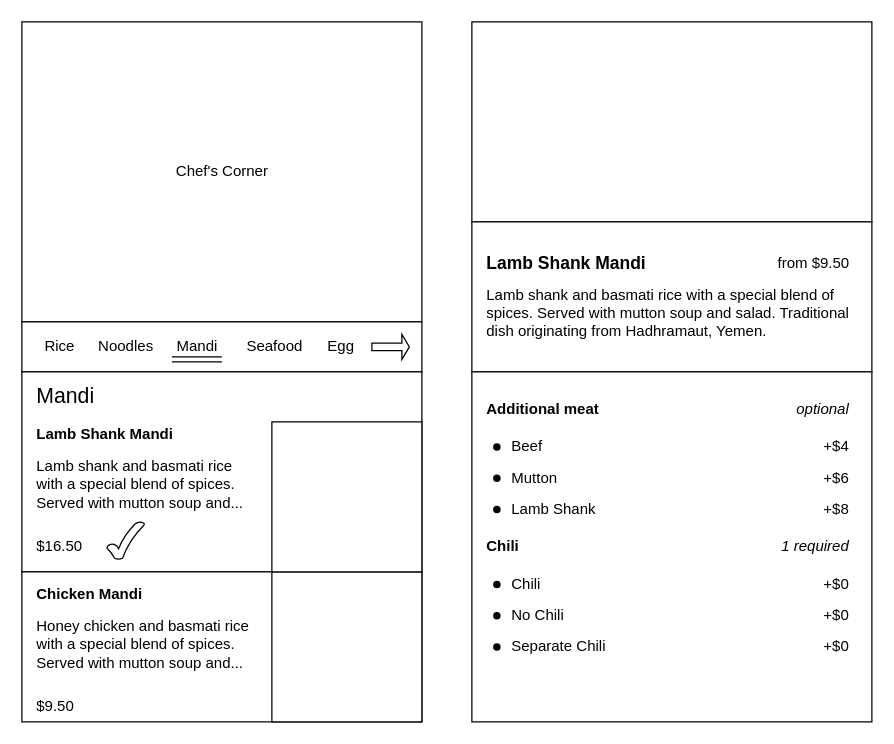
Earlier version of the draw.io diagram chefs corner ui.drawio (sheikh-musa/chefscorner). Source tidied: cells renumbered, new cells numbered last; positions are measured from the earlier drawing's top-left corner, leaving out a move shared by most shapes. Both pictures are drawn from the tidied source at 125%, with x=0, y=0 at pixel (21, 21). Pictures stored in the file or linked from it are replaced by grey dashed boxes.
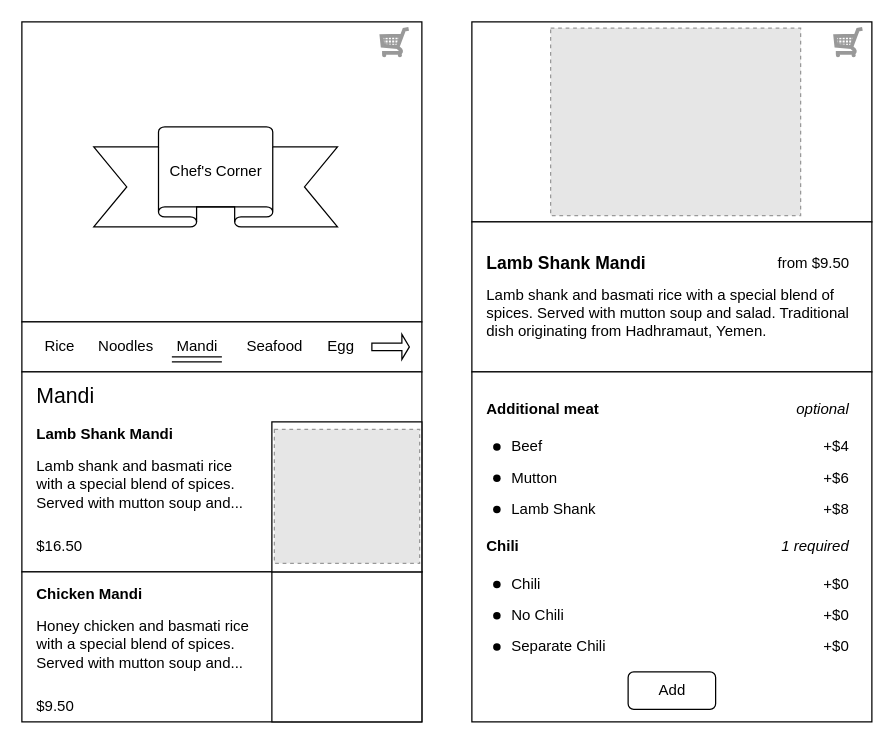
The same page after the edit.

Commit message (it also covers changes not shown here):
menu json

Diff of the diagram source:
```diff
@@
-    <mxCell id="6" value="Chef's Corner" style="text;html=1;align=center;verticalAlign=middle;fillColor=none;strokeColor=none;rounded=0;" parent="1" vertex="1">
-      <mxGeometry x="115" y="110" width="90" height="20" as="geometry" />
-    </mxCell>
@@
-    <mxCell id="29" style="verticalLabelPosition=bottom;verticalAlign=top;html=1;shape=mxgraph.basic.tick;fontSize=17;" parent="1" vertex="1">
-      <mxGeometry x="68" y="400" width="30" height="30" as="geometry" />
-    </mxCell>
@@
-    <mxCell id="32" style="shape=waypoint;sketch=0;fillStyle=solid;size=6;fillColor=none;perimeter=centerPerimeter;fontSize=14;" parent="1" vertex="1">
+    <mxCell id="32" style="shape=waypoint;sketch=0;fillStyle=solid;size=6;fillColor=none;perimeter=centerPerimeter;fontSize=14;fontColor=default;" parent="1" vertex="1">
       <mxGeometry x="360" y="320" width="40" height="40" as="geometry" />
     </mxCell>
@@
+    <mxCell id="52" style="verticalLabelPosition=bottom;verticalAlign=top;html=1;shape=mxgraph.basic.banner;" parent="1" vertex="1">
+      <mxGeometry x="57.5" y="84" width="195" height="80" as="geometry" />
+    </mxCell>
+    <mxCell id="6" value="Chef's Corner" style="text;html=1;align=center;verticalAlign=middle;fillColor=none;strokeColor=none;rounded=0;" parent="1" vertex="1">
+      <mxGeometry x="110" y="110" width="90" height="20" as="geometry" />
+    </mxCell>
+    <mxCell id="53" style="verticalLabelPosition=bottom;shadow=0;dashed=0;align=center;html=1;verticalAlign=top;strokeWidth=1;shape=mxgraph.mockup.misc.shoppingCart;strokeColor=#999999;" parent="1" vertex="1">
+      <mxGeometry x="650" y="5" width="23" height="23" as="geometry" />
+    </mxCell>
+    <mxCell id="54" style="rounded=1;whiteSpace=wrap;html=1;" parent="1" vertex="1">
+      <mxGeometry x="485" y="520" width="70" height="30" as="geometry" />
+    </mxCell>
+    <mxCell id="55" value="Add" style="text;html=1;align=center;verticalAlign=middle;fillColor=none;strokeColor=none;rounded=0;" parent="1" vertex="1">
+      <mxGeometry x="500" y="525" width="40" height="20" as="geometry" />
+    </mxCell>
+    <mxCell id="56" style="fillColor=#E6E6E6;strokeColor=#999999;dashed=1;verticalLabelPosition=bottom;verticalAlign=top;fontColor=default;" parent="1" vertex="1">
+      <mxGeometry x="423" y="5" width="200" height="150" as="geometry" />
+    </mxCell>
+    <mxCell id="57" style="verticalLabelPosition=bottom;shadow=0;dashed=0;align=center;html=1;verticalAlign=top;strokeWidth=1;shape=mxgraph.mockup.misc.shoppingCart;strokeColor=#999999;" parent="1" vertex="1">
+      <mxGeometry x="287" y="5" width="23" height="23" as="geometry" />
+    </mxCell>
+    <mxCell id="58" style="fillColor=#E6E6E6;strokeColor=#999999;dashed=1;verticalLabelPosition=bottom;verticalAlign=top;fontColor=default;" parent="1" vertex="1">
+      <mxGeometry x="202" y="326" width="116.2" height="107.2" as="geometry" />
+    </mxCell>
```
